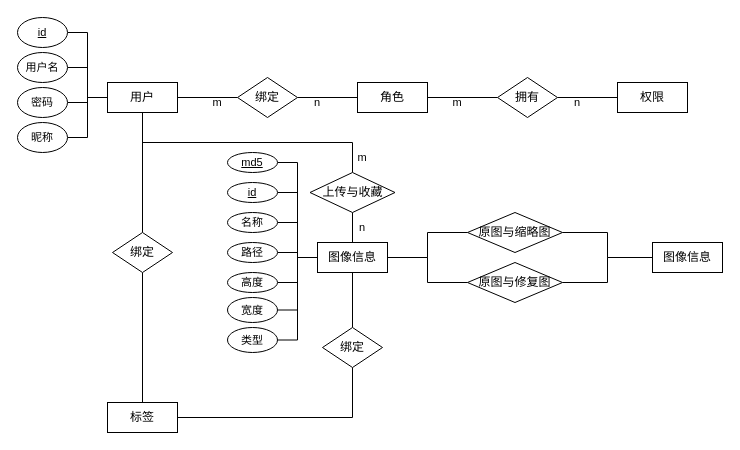
The draw.io diagram 数据表ER图.drawio in LiSoulSpace/GitBook, before the edit. Source tidied: cells renumbered, new cells numbered last; positions are measured from the earlier drawing's top-left corner, leaving out a move shared by most shapes. Both pictures are drawn from the tidied source at 100%, with x=0, y=0 at pixel (17, 17).
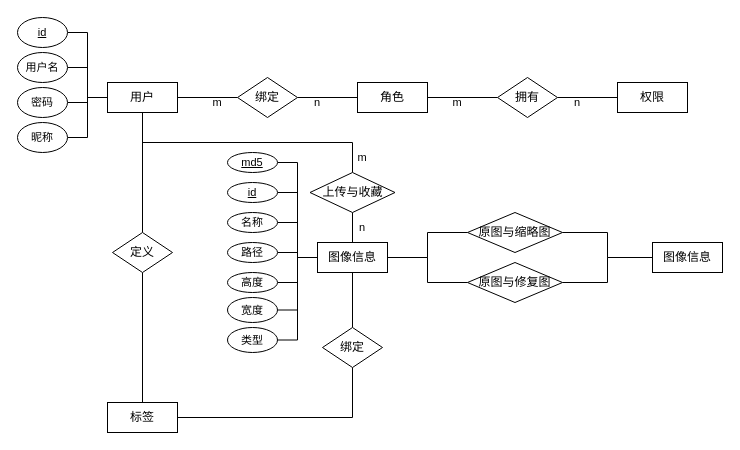
Above is the later version.

Commit message (it also covers changes not shown here):
更新数据表ER图.drawio

Change to the diagram source:
```diff
@@
-    <mxCell id="56" value="绑定" style="rhombus;whiteSpace=wrap;html=1;" parent="1" vertex="1">
+    <mxCell id="56" value="定义" style="rhombus;whiteSpace=wrap;html=1;" parent="1" vertex="1">
       <mxGeometry x="95" y="215" width="60" height="40" as="geometry" />
     </mxCell>
```
